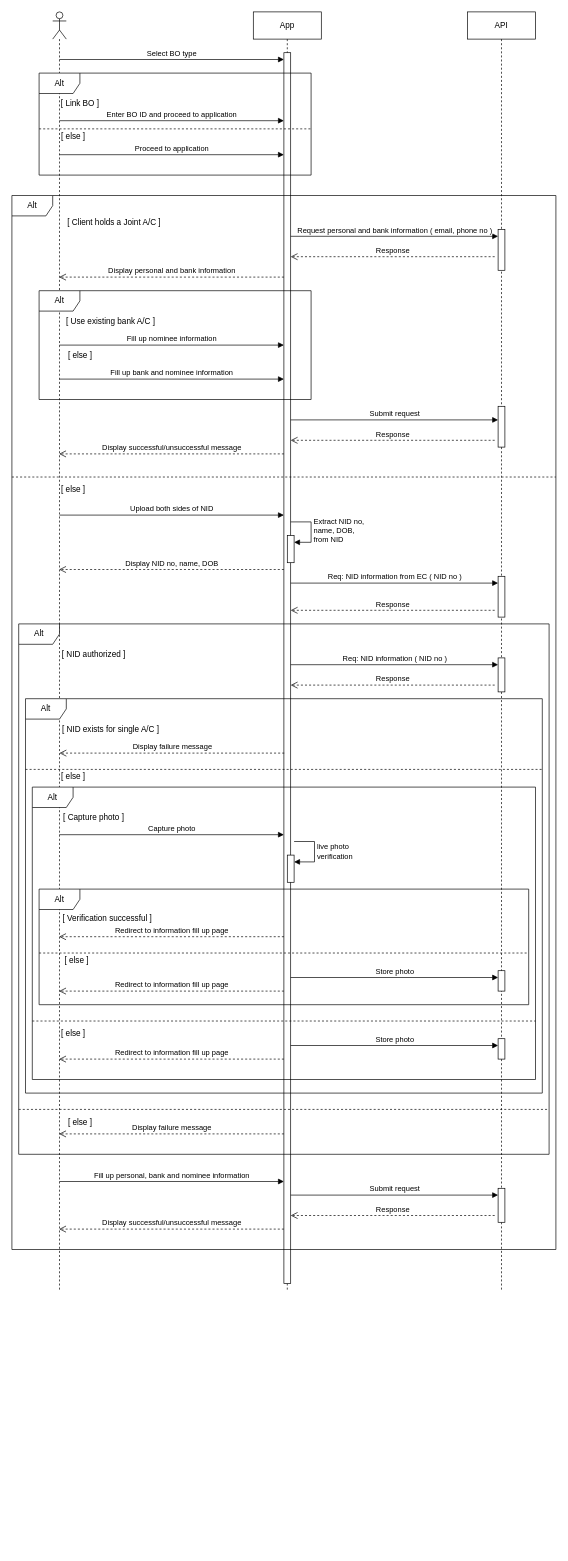
Before: page "Page-2" (2 of 3) of src/assets/onboarding_first_demo.drawio in Eritra064/test_repo, a draw.io diagram. Source tidied: cells renumbered, new cells numbered last; positions are measured from the earlier drawing's top-left corner, leaving out a move shared by most shapes. Both pictures are drawn from the tidied source at 68%, with x=0, y=0 at pixel (12, 12).
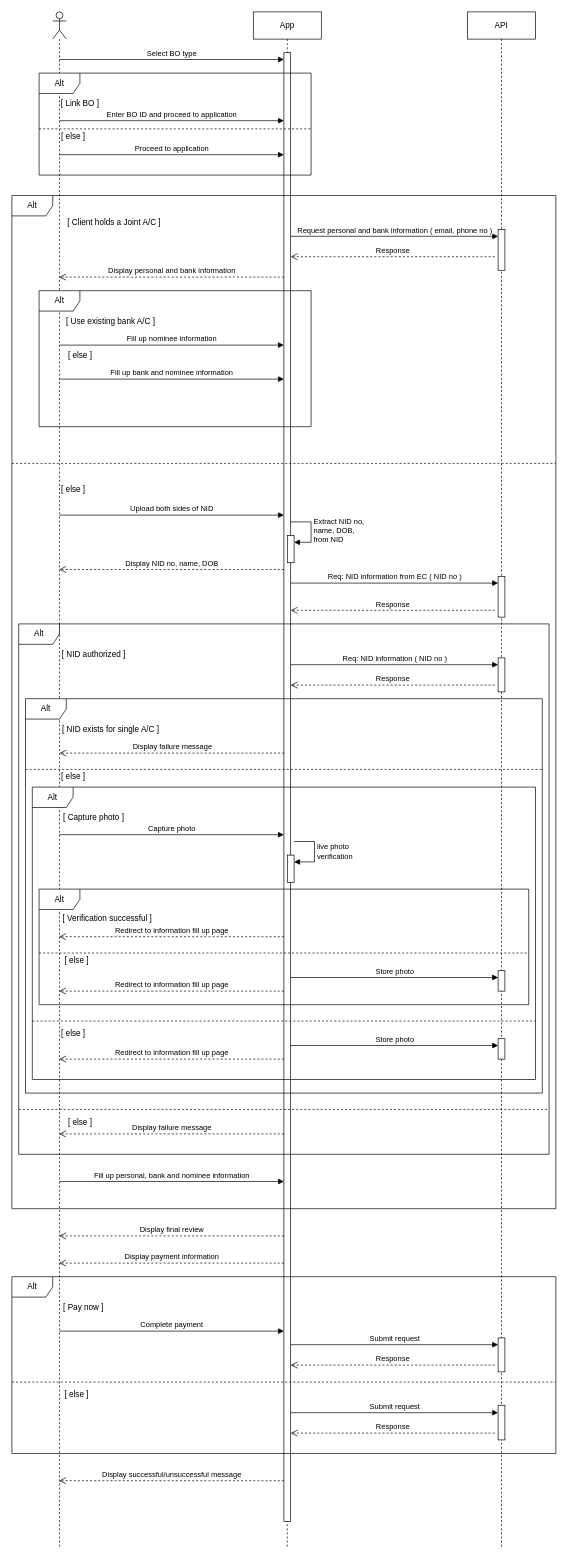
After the change.

Change to the diagram source:
```diff
@@
     <mxCell id="2" style="shape=umlLifeline;perimeter=lifelinePerimeter;whiteSpace=wrap;html=1;outlineConnect=0;portConstraint=eastwest;newEdgeStyle={&quot;curved&quot;:0,&quot;rounded&quot;:0};participant=umlActor;" parent="1" vertex="1">
-      <mxGeometry x="60" width="20" height="1880" as="geometry" />
+      <mxGeometry x="60" width="20" height="2260" as="geometry" />
     </mxCell>
     <mxCell id="3" value="App" style="shape=umlLifeline;perimeter=lifelinePerimeter;whiteSpace=wrap;html=1;newEdgeStyle={&quot;curved&quot;:0,&quot;rounded&quot;:0};" parent="1" vertex="1">
-      <mxGeometry x="355" width="100" height="1880" as="geometry" />
+      <mxGeometry x="355" width="100" height="2260" as="geometry" />
     </mxCell>
     <mxCell id="4" style="html=1;points=[[0,0,0,0,5],[0,1,0,0,-5],[1,0,0,0,5],[1,1,0,0,-5]];perimeter=orthogonalPerimeter;outlineConnect=0;targetShapes=umlLifeline;portConstraint=eastwest;newEdgeStyle={&quot;curved&quot;:0,&quot;rounded&quot;:0};" parent="3" vertex="1">
-      <mxGeometry x="45" y="60" width="10" height="1810" as="geometry" />
+      <mxGeometry x="45" y="60" width="10" height="2160" as="geometry" />
     </mxCell>
@@
     <mxCell id="6" value="API" style="shape=umlLifeline;perimeter=lifelinePerimeter;whiteSpace=wrap;html=1;newEdgeStyle={&quot;curved&quot;:0,&quot;rounded&quot;:0};" parent="1" vertex="1">
-      <mxGeometry x="670" width="100" height="1880" as="geometry" />
+      <mxGeometry x="670" width="100" height="2260" as="geometry" />
     </mxCell>
@@
     <mxCell id="13" value="Alt" style="shape=umlFrame;whiteSpace=wrap;html=1;" parent="1" vertex="1">
-      <mxGeometry y="270" width="800" height="1550" as="geometry" />
+      <mxGeometry y="270" width="800" height="1490" as="geometry" />
     </mxCell>
@@
     <mxCell id="19" value="Alt" style="shape=umlFrame;whiteSpace=wrap;html=1;" parent="1" vertex="1">
-      <mxGeometry x="40" y="410" width="400" height="160" as="geometry" />
+      <mxGeometry x="40" y="410" width="400" height="200" as="geometry" />
     </mxCell>
@@
-    <mxCell id="24" style="html=1;points=[[0,0,0,0,5],[0,1,0,0,-5],[1,0,0,0,5],[1,1,0,0,-5]];perimeter=orthogonalPerimeter;outlineConnect=0;targetShapes=umlLifeline;portConstraint=eastwest;newEdgeStyle={&quot;curved&quot;:0,&quot;rounded&quot;:0};" parent="1" vertex="1">
-      <mxGeometry x="715" y="580" width="10" height="60" as="geometry" />
-    </mxCell>
-    <mxCell id="25" value="Submit request" style="html=1;verticalAlign=bottom;endArrow=block;curved=0;rounded=0;" parent="1" edge="1" target="24">
-      <mxGeometry relative="1" as="geometry">
-        <mxPoint x="410" y="600" as="sourcePoint" />
-      </mxGeometry>
-    </mxCell>
-    <mxCell id="26" value="Response" style="html=1;verticalAlign=bottom;endArrow=open;dashed=1;endSize=8;curved=0;rounded=0;" parent="1" edge="1" target="4">
-      <mxGeometry relative="1" as="geometry">
-        <mxPoint x="710" y="630" as="sourcePoint" />
-      </mxGeometry>
-    </mxCell>
-    <mxCell id="27" value="Display successful/unsuccessful message" style="html=1;verticalAlign=bottom;endArrow=open;dashed=1;endSize=8;curved=0;rounded=0;" parent="1" edge="1" target="2">
-      <mxGeometry relative="1" as="geometry">
-        <mxPoint x="400" y="650" as="sourcePoint" />
-      </mxGeometry>
-    </mxCell>
     <mxCell id="28" style="line;strokeWidth=1;fillColor=none;align=left;verticalAlign=middle;spacingTop=-1;spacingLeft=3;spacingRight=3;labelPosition=right;strokeColor=inherit;dashed=1;" parent="1" vertex="1">
-      <mxGeometry y="680" width="800" height="8" as="geometry" />
+      <mxGeometry y="660" width="800" height="8" as="geometry" />
     </mxCell>
@@
-    <mxCell id="68" value="Submit request" style="html=1;verticalAlign=bottom;endArrow=block;curved=0;rounded=0;" parent="1" edge="1" target="69">
-      <mxGeometry relative="1" as="geometry">
-        <mxPoint x="410" y="1740" as="sourcePoint" />
-      </mxGeometry>
-    </mxCell>
-    <mxCell id="69" style="html=1;points=[[0,0,0,0,5],[0,1,0,0,-5],[1,0,0,0,5],[1,1,0,0,-5]];perimeter=orthogonalPerimeter;outlineConnect=0;targetShapes=umlLifeline;portConstraint=eastwest;newEdgeStyle={&quot;curved&quot;:0,&quot;rounded&quot;:0};" parent="1" vertex="1">
-      <mxGeometry x="715" y="1730" width="10" height="50" as="geometry" />
-    </mxCell>
-    <mxCell id="70" value="Response" style="html=1;verticalAlign=bottom;endArrow=open;dashed=1;endSize=8;curved=0;rounded=0;" parent="1" edge="1" target="4">
-      <mxGeometry relative="1" as="geometry">
-        <mxPoint x="710" y="1770" as="sourcePoint" />
-      </mxGeometry>
-    </mxCell>
-    <mxCell id="71" value="Display successful/unsuccessful message" style="html=1;verticalAlign=bottom;endArrow=open;dashed=1;endSize=8;curved=0;rounded=0;" parent="1" edge="1" target="2">
-      <mxGeometry relative="1" as="geometry">
-        <mxPoint x="400" y="1790" as="sourcePoint" />
-      </mxGeometry>
-    </mxCell>
@@
+    <mxCell id="73" value="Display final review" style="html=1;verticalAlign=bottom;endArrow=open;dashed=1;endSize=8;curved=0;rounded=0;" parent="1" edge="1" target="2">
+      <mxGeometry relative="1" as="geometry">
+        <mxPoint x="400" y="1800" as="sourcePoint" />
+      </mxGeometry>
+    </mxCell>
+    <mxCell id="74" value="Display payment information" style="html=1;verticalAlign=bottom;endArrow=open;dashed=1;endSize=8;curved=0;rounded=0;" parent="1" edge="1" target="2">
+      <mxGeometry relative="1" as="geometry">
+        <mxPoint x="400" y="1840" as="sourcePoint" />
+      </mxGeometry>
+    </mxCell>
+    <mxCell id="75" value="Alt" style="shape=umlFrame;whiteSpace=wrap;html=1;" parent="1" vertex="1">
+      <mxGeometry y="1860" width="800" height="260" as="geometry" />
+    </mxCell>
+    <mxCell id="76" value="[ Pay now ]" style="text;html=1;align=center;verticalAlign=middle;strokeColor=none;fillColor=none;" parent="1" vertex="1">
+      <mxGeometry x="65" y="1890" width="80" height="30" as="geometry" />
+    </mxCell>
+    <mxCell id="77" value="Complete payment" style="html=1;verticalAlign=bottom;endArrow=block;curved=0;rounded=0;" parent="1" edge="1" target="4">
+      <mxGeometry relative="1" as="geometry">
+        <mxPoint x="70" y="1940" as="sourcePoint" />
+      </mxGeometry>
+    </mxCell>
+    <mxCell id="78" style="html=1;points=[[0,0,0,0,5],[0,1,0,0,-5],[1,0,0,0,5],[1,1,0,0,-5]];perimeter=orthogonalPerimeter;outlineConnect=0;targetShapes=umlLifeline;portConstraint=eastwest;newEdgeStyle={&quot;curved&quot;:0,&quot;rounded&quot;:0};" parent="1" vertex="1">
+      <mxGeometry x="715" y="1950" width="10" height="50" as="geometry" />
+    </mxCell>
+    <mxCell id="79" value="Submit request" style="html=1;verticalAlign=bottom;endArrow=block;curved=0;rounded=0;" parent="1" edge="1" target="78">
+      <mxGeometry relative="1" as="geometry">
+        <mxPoint x="410" y="1960" as="sourcePoint" />
+      </mxGeometry>
+    </mxCell>
+    <mxCell id="80" value="Response" style="html=1;verticalAlign=bottom;endArrow=open;dashed=1;endSize=8;curved=0;rounded=0;" parent="1" edge="1" target="4">
+      <mxGeometry relative="1" as="geometry">
+        <mxPoint x="710" y="1990" as="sourcePoint" />
+      </mxGeometry>
+    </mxCell>
+    <mxCell id="81" style="line;strokeWidth=1;fillColor=none;align=left;verticalAlign=middle;spacingTop=-1;spacingLeft=3;spacingRight=3;labelPosition=right;strokeColor=inherit;dashed=1;" parent="1" vertex="1">
+      <mxGeometry y="2011" width="800" height="8" as="geometry" />
+    </mxCell>
+    <mxCell id="82" value="[ else ]" style="text;html=1;align=center;verticalAlign=middle;strokeColor=none;fillColor=none;" parent="1" vertex="1">
+      <mxGeometry x="65" y="2019" width="60" height="30" as="geometry" />
+    </mxCell>
+    <mxCell id="83" style="html=1;points=[[0,0,0,0,5],[0,1,0,0,-5],[1,0,0,0,5],[1,1,0,0,-5]];perimeter=orthogonalPerimeter;outlineConnect=0;targetShapes=umlLifeline;portConstraint=eastwest;newEdgeStyle={&quot;curved&quot;:0,&quot;rounded&quot;:0};" parent="1" vertex="1">
+      <mxGeometry x="715" y="2049" width="10" height="51" as="geometry" />
+    </mxCell>
+    <mxCell id="84" value="Submit request" style="html=1;verticalAlign=bottom;endArrow=block;curved=0;rounded=0;" parent="1" edge="1" target="83">
+      <mxGeometry relative="1" as="geometry">
+        <mxPoint x="410" y="2060" as="sourcePoint" />
+      </mxGeometry>
+    </mxCell>
+    <mxCell id="85" value="Response" style="html=1;verticalAlign=bottom;endArrow=open;dashed=1;endSize=8;curved=0;rounded=0;" parent="1" edge="1" target="4">
+      <mxGeometry relative="1" as="geometry">
+        <mxPoint x="710" y="2090" as="sourcePoint" />
+      </mxGeometry>
+    </mxCell>
+    <mxCell id="86" value="Display successful/unsuccessful message" style="html=1;verticalAlign=bottom;endArrow=open;dashed=1;endSize=8;curved=0;rounded=0;" parent="1" edge="1" target="2">
+      <mxGeometry relative="1" as="geometry">
+        <mxPoint x="400" y="2160" as="sourcePoint" />
+      </mxGeometry>
+    </mxCell>
```
